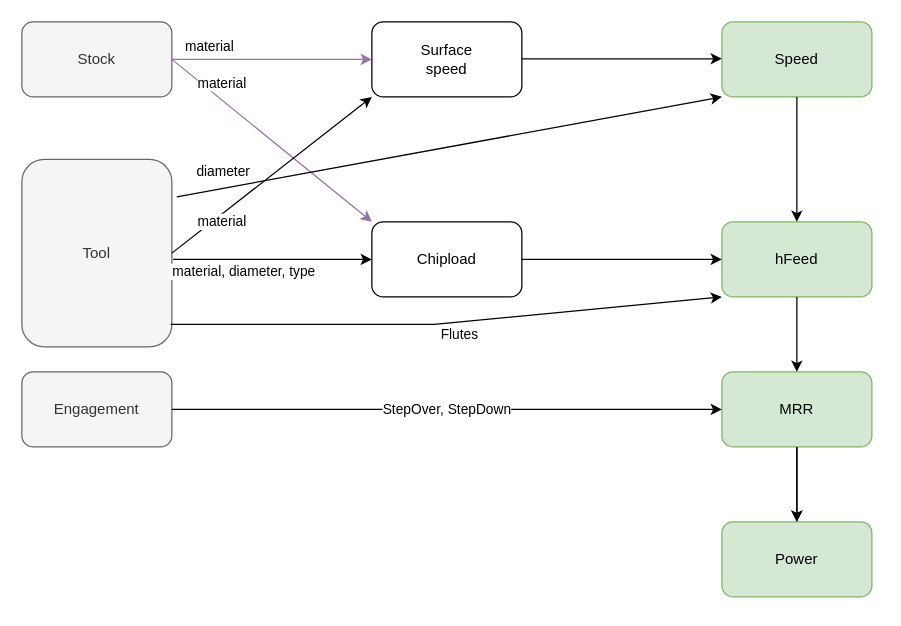
spanner888/misc keeps this draw.io diagram as Calculation order summary.drawio. Above is the earlier version. Source tidied: cells renumbered, new cells numbered last; positions are measured from the earlier drawing's top-left corner, leaving out a move shared by most shapes. Both pictures are drawn from the tidied source at 125%, with x=0, y=0 at pixel (21, 21).
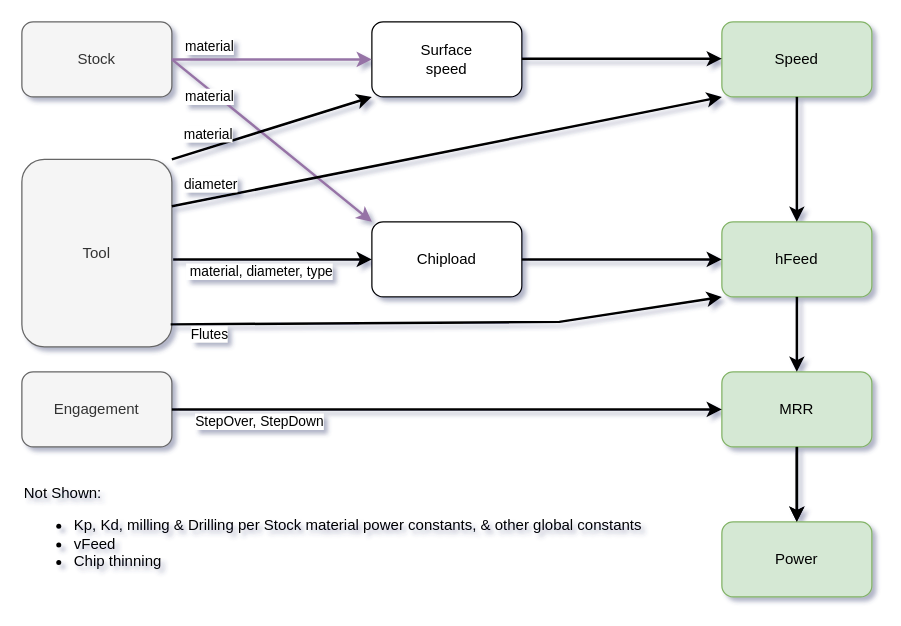
After the change.

The change refers to these unchanged cells:
```xml
<mxCell id="2" value="Stock" style="rounded=1;whiteSpace=wrap;html=1;fillColor=#f5f5f5;fontColor=#333333;strokeColor=#666666;" parent="1" vertex="1">
  <mxGeometry width="120" height="60" as="geometry" />
</mxCell>
<mxCell id="3" value="&lt;div&gt;Surface&lt;/div&gt;&lt;div&gt;speed&lt;br&gt;&lt;/div&gt;" style="rounded=1;whiteSpace=wrap;html=1;" parent="1" vertex="1">
  <mxGeometry x="280" width="120" height="60" as="geometry" />
</mxCell>
<mxCell id="4" value="Speed" style="rounded=1;whiteSpace=wrap;html=1;fillColor=#d5e8d4;strokeColor=#82b366;" parent="1" vertex="1">
  <mxGeometry x="560" width="120" height="60" as="geometry" />
</mxCell>
<mxCell id="5" value="Tool" style="rounded=1;whiteSpace=wrap;html=1;fillColor=#f5f5f5;fontColor=#333333;strokeColor=#666666;" parent="1" vertex="1">
  <mxGeometry y="110" width="120" height="150" as="geometry" />
</mxCell>
<mxCell id="6" value="Chipload" style="rounded=1;whiteSpace=wrap;html=1;" parent="1" vertex="1">
  <mxGeometry x="280" y="160" width="120" height="60" as="geometry" />
</mxCell>
<mxCell id="7" value="hFeed" style="rounded=1;whiteSpace=wrap;html=1;fillColor=#d5e8d4;strokeColor=#82b366;" parent="1" vertex="1">
  <mxGeometry x="560" y="160" width="120" height="60" as="geometry" />
</mxCell>
<mxCell id="8" value="Engagement" style="rounded=1;whiteSpace=wrap;html=1;fillColor=#f5f5f5;fontColor=#333333;strokeColor=#666666;" parent="1" vertex="1">
  <mxGeometry y="280" width="120" height="60" as="geometry" />
</mxCell>
<mxCell id="9" value="Power" style="rounded=1;whiteSpace=wrap;html=1;fillColor=#d5e8d4;strokeColor=#82b366;" parent="1" vertex="1">
  <mxGeometry x="560" y="400" width="120" height="60" as="geometry" />
</mxCell>
<mxCell id="11" value="MRR" style="rounded=1;whiteSpace=wrap;html=1;fillColor=#d5e8d4;strokeColor=#82b366;" parent="1" vertex="1">
  <mxGeometry x="560" y="280" width="120" height="60" as="geometry" />
</mxCell>
```

Diff of the diagram source:
```diff
@@
-<mxGraphModel>
+<mxGraphModel shadow="1">
@@
-    <mxCell id="10" style="edgeStyle=orthogonalEdgeStyle;rounded=0;jettySize=auto;html=1;" parent="1" edge="1" source="11" target="9">
+    <mxCell id="10" style="edgeStyle=orthogonalEdgeStyle;rounded=0;jettySize=auto;html=1;strokeWidth=2;" parent="1" edge="1" source="11" target="9">
       <mxGeometry relative="1" as="geometry" />
     </mxCell>
@@
-    <mxCell id="12" value="StepOver, StepDown" style="endArrow=classic;html=1;rounded=0;exitX=1;exitY=0.5;exitDx=0;exitDy=0;entryX=0;entryY=0.5;entryDx=0;entryDy=0;" parent="1" edge="1" source="8" target="11">
-      <mxGeometry relative="1" as="geometry" />
+    <mxCell id="12" value="StepOver, StepDown" style="endArrow=classic;html=1;rounded=0;exitX=1;exitY=0.5;exitDx=0;exitDy=0;entryX=0;entryY=0.5;entryDx=0;entryDy=0;strokeWidth=2;" parent="1" edge="1" source="8" target="11">
+      <mxGeometry x="-0.68" y="-10" relative="1" as="geometry" />
     </mxCell>
-    <mxCell id="13" value="material" style="endArrow=classic;html=1;rounded=0;entryX=0;entryY=0.5;entryDx=0;entryDy=0;fillColor=#e1d5e7;strokeColor=#9673a6;" parent="1" edge="1" target="3">
+    <mxCell id="13" value="material" style="endArrow=classic;html=1;rounded=0;entryX=0;entryY=0.5;entryDx=0;entryDy=0;fillColor=#e1d5e7;strokeColor=#9673a6;strokeWidth=2;" parent="1" edge="1" target="3">
       <mxGeometry x="-0.62" y="10" relative="1" as="geometry">
         <mxPoint x="120" y="30" as="sourcePoint" />
       </mxGeometry>
     </mxCell>
-    <mxCell id="14" value="&amp;nbsp;material, diameter, type" style="endArrow=classic;html=1;rounded=0;exitX=1;exitY=0.5;exitDx=0;exitDy=0;" parent="1" edge="1">
-      <mxGeometry x="-0.31" y="-10" relative="1" as="geometry">
+    <mxCell id="14" value="&amp;nbsp;material, diameter, type" style="endArrow=classic;html=1;rounded=0;exitX=1;exitY=0.5;exitDx=0;exitDy=0;strokeWidth=2;" parent="1" edge="1">
+      <mxGeometry x="-0.13" y="-10" relative="1" as="geometry">
         <mxPoint x="121" y="190" as="sourcePoint" />
         <mxPoint x="280" y="190" as="targetPoint" />
       </mxGeometry>
     </mxCell>
-    <mxCell id="15" value="material" style="endArrow=classic;html=1;rounded=0;entryX=0;entryY=0;entryDx=0;entryDy=0;exitX=1;exitY=0.5;exitDx=0;exitDy=0;fillColor=#e1d5e7;strokeColor=#9673a6;" parent="1" edge="1" source="2" target="6">
-      <mxGeometry x="-0.58" y="10" relative="1" as="geometry" />
+    <mxCell id="15" value="material" style="endArrow=classic;html=1;rounded=0;entryX=0;entryY=0;entryDx=0;entryDy=0;exitX=1;exitY=0.5;exitDx=0;exitDy=0;fillColor=#e1d5e7;strokeColor=#9673a6;strokeWidth=2;" parent="1" edge="1" source="2" target="6">
+      <mxGeometry x="-0.59" y="-4" relative="1" as="geometry" />
     </mxCell>
-    <mxCell id="16" value="material" style="endArrow=classic;html=1;rounded=0;entryX=0;entryY=1;entryDx=0;entryDy=0;exitX=1;exitY=0.5;exitDx=0;exitDy=0;" parent="1" edge="1" source="5" target="3">
-      <mxGeometry x="-0.54" y="-5" relative="1" as="geometry" />
+    <mxCell id="16" value="material" style="endArrow=classic;html=1;rounded=0;entryX=0;entryY=1;entryDx=0;entryDy=0;exitX=1;exitY=0;exitDx=0;exitDy=0;strokeWidth=2;" parent="1" edge="1" source="5" target="3">
+      <mxGeometry x="-0.59" y="10" relative="1" as="geometry" />
     </mxCell>
-    <mxCell id="17" style="endArrow=classic;html=1;rounded=0;entryX=0;entryY=0.5;entryDx=0;entryDy=0;" parent="1" edge="1">
+    <mxCell id="17" style="endArrow=classic;html=1;rounded=0;entryX=0;entryY=0.5;entryDx=0;entryDy=0;strokeWidth=2;" parent="1" edge="1">
       <mxGeometry relative="1" as="geometry">
         <mxPoint x="400" y="29.5" as="sourcePoint" />
         <mxPoint x="560" y="29.5" as="targetPoint" />
       </mxGeometry>
     </mxCell>
-    <mxCell id="18" style="endArrow=classic;html=1;rounded=0;exitX=1;exitY=0.5;exitDx=0;exitDy=0;entryX=0;entryY=0.5;entryDx=0;entryDy=0;" parent="1" edge="1" source="6" target="7">
+    <mxCell id="18" style="endArrow=classic;html=1;rounded=0;exitX=1;exitY=0.5;exitDx=0;exitDy=0;entryX=0;entryY=0.5;entryDx=0;entryDy=0;strokeWidth=2;" parent="1" edge="1" source="6" target="7">
       <mxGeometry relative="1" as="geometry" />
     </mxCell>
-    <mxCell id="19" style="endArrow=classic;html=1;rounded=0;entryX=0.5;entryY=0;entryDx=0;entryDy=0;exitX=0.5;exitY=1;exitDx=0;exitDy=0;" parent="1" edge="1" source="4" target="7">
+    <mxCell id="19" style="endArrow=classic;html=1;rounded=0;entryX=0.5;entryY=0;entryDx=0;entryDy=0;exitX=0.5;exitY=1;exitDx=0;exitDy=0;strokeWidth=2;" parent="1" edge="1" source="4" target="7">
       <mxGeometry relative="1" as="geometry" />
     </mxCell>
-    <mxCell id="20" style="endArrow=classic;html=1;rounded=0;entryX=0.5;entryY=0;entryDx=0;entryDy=0;exitX=0.5;exitY=1;exitDx=0;exitDy=0;" parent="1" edge="1" source="7" target="11">
+    <mxCell id="20" style="endArrow=classic;html=1;rounded=0;entryX=0.5;entryY=0;entryDx=0;entryDy=0;exitX=0.5;exitY=1;exitDx=0;exitDy=0;strokeWidth=2;" parent="1" edge="1" source="7" target="11">
       <mxGeometry relative="1" as="geometry" />
     </mxCell>
-    <mxCell id="21" style="endArrow=classic;html=1;rounded=0;entryX=0.5;entryY=0;entryDx=0;entryDy=0;" parent="1" edge="1" target="9">
+    <mxCell id="21" style="endArrow=classic;html=1;rounded=0;entryX=0.5;entryY=0;entryDx=0;entryDy=0;strokeWidth=2;" parent="1" edge="1" target="9">
       <mxGeometry relative="1" as="geometry">
         <mxPoint x="620" y="340" as="sourcePoint" />
       </mxGeometry>
     </mxCell>
-    <mxCell id="22" value="Flutes" style="endArrow=classic;html=1;rounded=0;exitX=0.992;exitY=0.88;exitDx=0;exitDy=0;entryX=0;entryY=1;entryDx=0;entryDy=0;exitPerimeter=0;" parent="1" edge="1" source="5" target="7">
-      <mxGeometry x="0.04" y="-10" relative="1" as="geometry">
+    <mxCell id="22" value="Flutes" style="endArrow=classic;html=1;rounded=0;exitX=0.992;exitY=0.88;exitDx=0;exitDy=0;entryX=0;entryY=1;entryDx=0;entryDy=0;exitPerimeter=0;strokeWidth=2;" parent="1" edge="1" source="5" target="7">
+      <mxGeometry x="-0.86" y="-8" relative="1" as="geometry">
         <Array as="points">
-          <mxPoint x="330" y="242" />
+          <mxPoint x="430" y="240" />
         </Array>
       </mxGeometry>
     </mxCell>
-    <mxCell id="23" value="diameter" style="endArrow=classic;html=1;rounded=0;exitX=1.033;exitY=0.2;exitDx=0;exitDy=0;entryX=0;entryY=1;entryDx=0;entryDy=0;exitPerimeter=0;" parent="1" edge="1" source="5" target="4">
-      <mxGeometry x="-0.82" y="13" relative="1" as="geometry" />
+    <mxCell id="23" value="diameter" style="endArrow=classic;html=1;rounded=0;entryX=0;entryY=1;entryDx=0;entryDy=0;exitX=1;exitY=0.25;exitDx=0;exitDy=0;strokeWidth=2;" parent="1" edge="1" source="5" target="4">
+      <mxGeometry x="-0.85" y="11" relative="1" as="geometry" />
     </mxCell>
+    <mxCell id="24" value="&lt;div align=&quot;left&quot;&gt;Not Shown: &lt;br&gt;&lt;/div&gt;&lt;ul&gt;&lt;li&gt;Kp, Kd, milling &amp;amp; Drilling per Stock material power constants, &amp;amp; other global constants &lt;/li&gt;&lt;li&gt;vFeed&lt;/li&gt;&lt;li&gt;Chip thinning&lt;br&gt;&lt;/li&gt;&lt;/ul&gt;" style="text;html=1;strokeColor=none;fillColor=none;align=left;verticalAlign=middle;whiteSpace=wrap;rounded=0;" parent="1" vertex="1">
+      <mxGeometry y="360" width="540" height="100" as="geometry" />
+    </mxCell>
```
